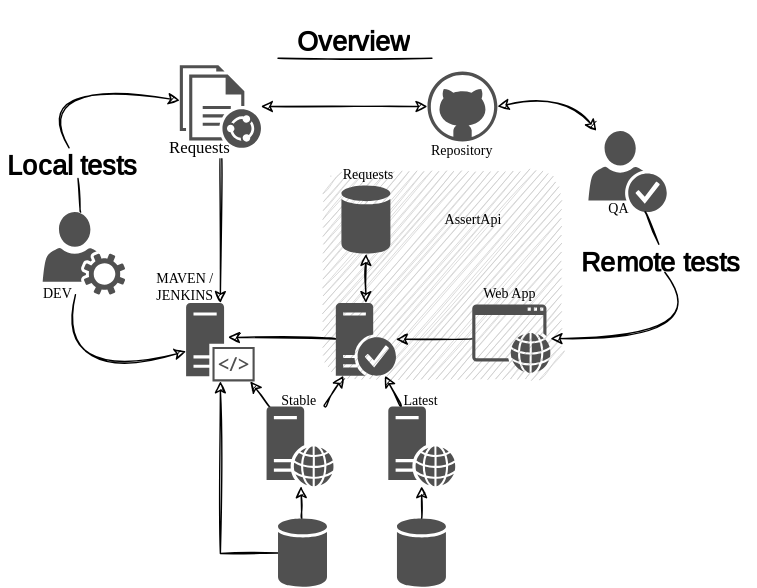
Above: doc/diagram/overview.diagram.svg in oneteme/assertapi-core (draw.io), before the change. Source tidied: cells renumbered, new cells last; positions are measured from the earlier drawing's top-left corner, leaving out a move shared by most shapes.
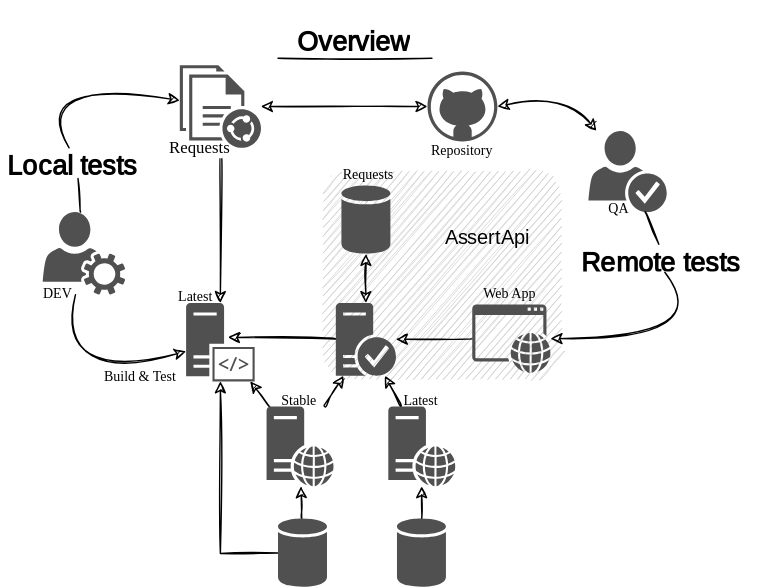
The same diagram one commit later.

Diff of the diagram source:
```diff
@@ -132,11 +132,11 @@
     <mxCell id="37" value="Web App" style="text;html=1;strokeColor=none;fillColor=none;align=center;verticalAlign=middle;whiteSpace=wrap;rounded=0;fontSize=10;fontFamily=Times New Roman;" parent="1" vertex="1">
       <mxGeometry x="334" y="190.9" width="60" height="17" as="geometry" />
     </mxCell>
-    <mxCell id="38" value="MAVEN /&lt;br style=&quot;font-size: 10px;&quot;&gt;JENKINS" style="text;html=1;strokeColor=none;fillColor=none;align=center;verticalAlign=middle;whiteSpace=wrap;rounded=0;fontSize=10;fontFamily=Times New Roman;" parent="1" vertex="1">
-      <mxGeometry x="102" y="183.9" width="60" height="20" as="geometry" />
+    <mxCell id="38" value="Build &amp;amp; Test" style="text;html=1;strokeColor=none;fillColor=none;align=center;verticalAlign=middle;whiteSpace=wrap;rounded=0;fontSize=10;fontFamily=Times New Roman;" parent="1" vertex="1">
+      <mxGeometry x="70" y="247.9" width="60" height="20" as="geometry" />
     </mxCell>
-    <mxCell id="39" value="AssertApi" style="text;html=1;strokeColor=none;fillColor=none;align=center;verticalAlign=middle;whiteSpace=wrap;rounded=0;fontSize=10;fontFamily=Times New Roman;" parent="1" vertex="1">
-      <mxGeometry x="308.2" y="134.4" width="60" height="24" as="geometry" />
+    <mxCell id="39" value="AssertApi" style="text;html=1;strokeColor=none;fillColor=none;align=center;verticalAlign=middle;whiteSpace=wrap;rounded=0;fontSize=14;fontFamily=Architects Daughter;fontSource=https%3A%2F%2Ffonts.googleapis.com%2Fcss%3Ffamily%3DArchitects%2BDaughter;" parent="1" vertex="1">
+      <mxGeometry x="318.2" y="146.9" width="60" height="24" as="geometry" />
     </mxCell>
     <mxCell id="40" value="Stable" style="text;html=1;strokeColor=none;fillColor=none;align=center;verticalAlign=middle;whiteSpace=wrap;rounded=0;fontSize=10;fontFamily=Times New Roman;" parent="1" vertex="1">
       <mxGeometry x="192.2" y="267.9" width="43.5" height="14" as="geometry" />
@@ -156,5 +156,8 @@
     <mxCell id="45" value="DEV" style="text;html=1;strokeColor=none;fillColor=none;align=center;verticalAlign=middle;whiteSpace=wrap;rounded=0;fontSize=10;fontFamily=Times New Roman;" parent="1" vertex="1">
       <mxGeometry x="26" y="193.9" width="30" height="11" as="geometry" />
     </mxCell>
+    <mxCell id="46" value="Latest" style="text;html=1;strokeColor=none;fillColor=none;align=center;verticalAlign=middle;whiteSpace=wrap;rounded=0;fontSize=10;fontFamily=Times New Roman;" parent="1" vertex="1">
+      <mxGeometry x="117.5" y="193.9" width="43.5" height="14" as="geometry" />
+    </mxCell>
   </root>
 </mxGraphModel>
```
